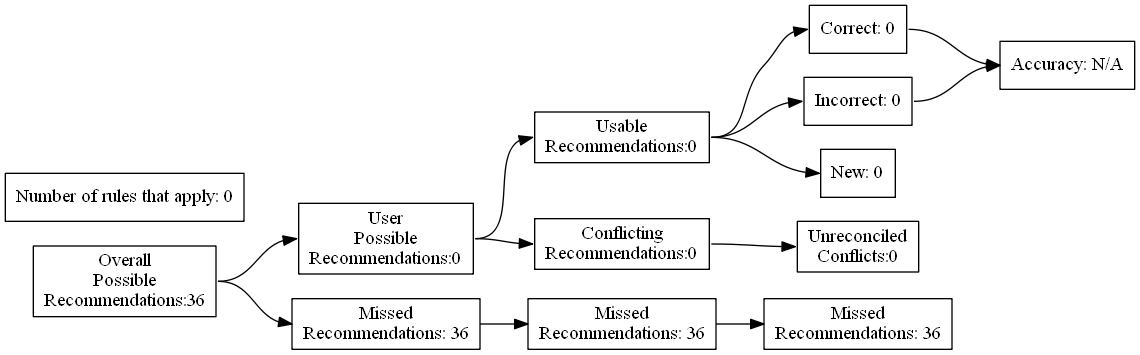
The Graphviz diagram test_renders/33.gv.png in ZaxR/ibd_diet_analysis, before a commit. Its source is kept beside it as test_renders/33.gv. The source it was exported from:
```dot
digraph {
	graph [rankdir=LR]
	node [pos=r shape=box]
	edge [headport=w tailport=e]
		A [label="Overall
Possible
Recommendations:36"]
		B [label="User
Possible
Recommendations:0"]
		C [label="Missed
Recommendations: 36"]
		D [label="Usable
Recommendations:0"]
		E [label="Conflicting
Recommendations:0"]
		J [label="Missed
Recommendations: 36"]
		M [label="Unreconciled
Conflicts:0"]
		F [label="Correct: 0"]
		G [label="Incorrect: 0"]
		H [label="New: 0"]
		K [label="Missed
Recommendations: 36"]
		I [label="Accuracy: N/A"]
		l [label="Number of rules that apply: 0"]
			A -> B
			A -> C
			B -> D
			B -> E
			D -> F
			D -> G
			D -> H
			F -> I
			G -> I
			C -> J
			J -> K
			E -> M
}
```
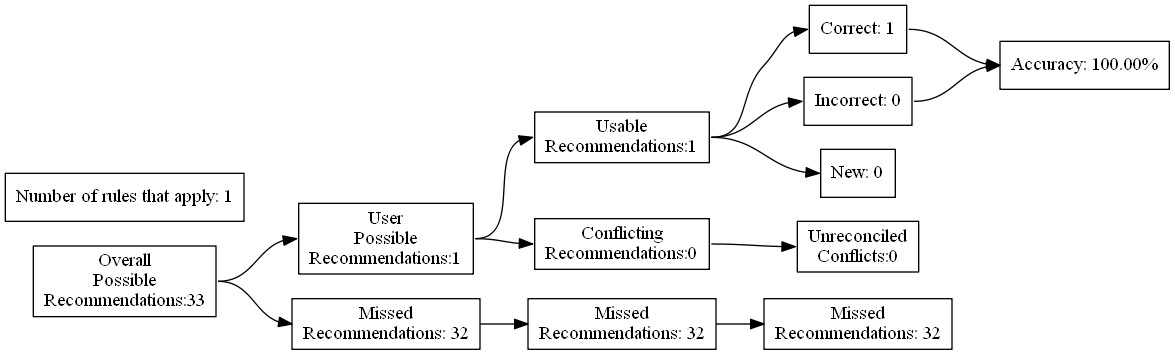
After the commit.

What changed in the source:
```diff
@@ -4,27 +4,27 @@
 	edge [headport=w tailport=e]
 		A [label="Overall
 Possible
-Recommendations:36"]
+Recommendations:33"]
 		B [label="User
 Possible
-Recommendations:0"]
+Recommendations:1"]
 		C [label="Missed
-Recommendations: 36"]
+Recommendations: 32"]
 		D [label="Usable
-Recommendations:0"]
+Recommendations:1"]
 		E [label="Conflicting
 Recommendations:0"]
 		J [label="Missed
-Recommendations: 36"]
+Recommendations: 32"]
 		M [label="Unreconciled
 Conflicts:0"]
-		F [label="Correct: 0"]
+		F [label="Correct: 1"]
 		G [label="Incorrect: 0"]
 		H [label="New: 0"]
 		K [label="Missed
-Recommendations: 36"]
-		I [label="Accuracy: N/A"]
-		l [label="Number of rules that apply: 0"]
+Recommendations: 32"]
+		I [label="Accuracy: 100.00%"]
+		l [label="Number of rules that apply: 1"]
 			A -> B
 			A -> C
 			B -> D
```
